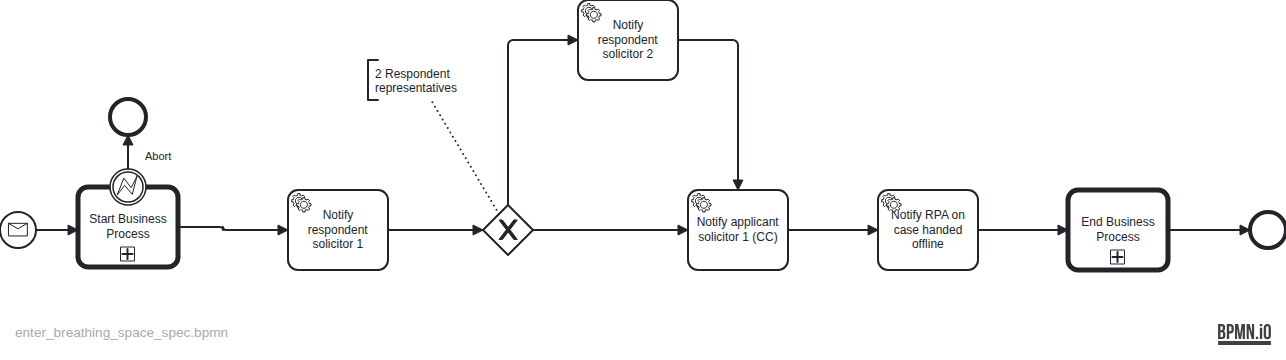
This is docs/bpmn-diagrams/enter_breathing_space_spec.png from hmcts/civil-service, a BPMN export, as it was before one commit. Its source is kept beside it as src/main/resources/camunda/enter_breathing_space_spec.bpmn. Ids are renumbered.
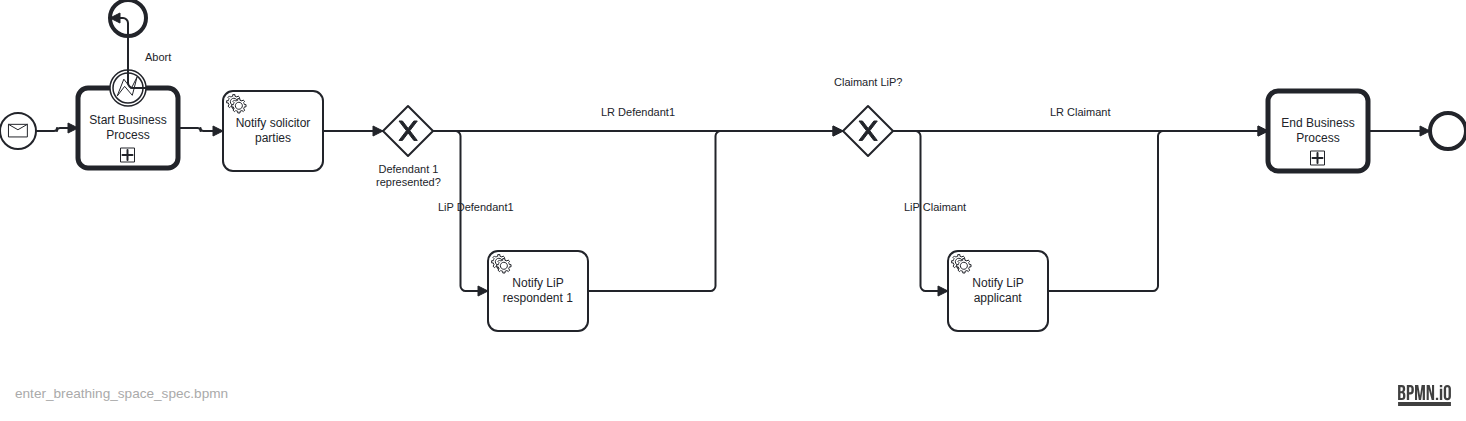
The same file after the commit.

Change to the diagram source:
```diff
@@ -1,5 +1,15 @@
-<bpmn:definitions xmlns:bpmn="http://www.omg.org/spec/BPMN/20100524/MODEL" xmlns:bpmndi="http://www.omg.org/spec/BPMN/20100524/DI" xmlns:dc="http://www.omg.org/spec/DD/20100524/DC" xmlns:camunda="http://camunda.org/schema/1.0/bpmn" xmlns:di="http://www.omg.org/spec/DD/20100524/DI" xmlns:xsi="http://www.w3.org/2001/XMLSchema-instance" id="Definitions_n1" targetNamespace="http://bpmn.io/schema/bpmn" exporter="Camunda Modeler" exporterVersion="5.0.0">
+<bpmn:definitions xmlns:bpmn="http://www.omg.org/spec/BPMN/20100524/MODEL" xmlns:bpmndi="http://www.omg.org/spec/BPMN/20100524/DI" xmlns:dc="http://www.omg.org/spec/DD/20100524/DC" xmlns:camunda="http://camunda.org/schema/1.0/bpmn" xmlns:di="http://www.omg.org/spec/DD/20100524/DI" xmlns:xsi="http://www.w3.org/2001/XMLSchema-instance" id="Definitions_n1" targetNamespace="http://bpmn.io/schema/bpmn" exporter="Camunda Modeler" exporterVersion="5.48.0">
   <bpmn:process id="ENTER_BREATHING_SPACE_SPEC" name="Enter breathing space process spec" isExecutable="true" camunda:historyTimeToLive="P90D">
+    <bpmn:serviceTask id="BreathingSpaceEnterNotifyParties" name="Notify solicitor parties" camunda:type="external" camunda:topic="processCaseEvent">
+      <bpmn:extensionElements>
+        <camunda:inputOutput>
+          <camunda:inputParameter name="caseEvent">NOTIFY_EVENT</camunda:inputParameter>
+        </camunda:inputOutput>
+      </bpmn:extensionElements>
+      <bpmn:incoming>Flow_n10</bpmn:incoming>
+      <bpmn:outgoing>Flow_Enter_Framework</bpmn:outgoing>
+    </bpmn:serviceTask>
+    <bpmn:sequenceFlow id="Flow_Enter_Framework" sourceRef="BreathingSpaceEnterNotifyParties" targetRef="Gateway_Defendant1" />
     <bpmn:startEvent id="StartEvent_1">
       <bpmn:outgoing>Flow_n2</bpmn:outgoing>
       <bpmn:messageEventDefinition id="MessageEventDefinition_n3" messageRef="Message_n4" />
@@ -12,7 +22,8 @@
       <bpmn:extensionElements>
         <camunda:in variables="all" />
       </bpmn:extensionElements>
-      <bpmn:incoming>Flow_n8</bpmn:incoming>
+      <bpmn:incoming>Flow_Claimant_Lr</bpmn:incoming>
+      <bpmn:incoming>Flow_LipApplicant_ToRpa</bpmn:incoming>
       <bpmn:outgoing>Flow_n6</bpmn:outgoing>
     </bpmn:callActivity>
     <bpmn:callActivity id="Activity_n9" name="Start Business Process" calledElement="StartBusinessProcess">
@@ -32,120 +43,62 @@
     </bpmn:boundaryEvent>
     <bpmn:sequenceFlow id="Flow_n12" sourceRef="Event_n13" targetRef="Event_n11" />
     <bpmn:sequenceFlow id="Flow_n2" sourceRef="StartEvent_1" targetRef="Activity_n9" />
-    <bpmn:sequenceFlow id="Flow_n10" sourceRef="Activity_n9" targetRef="BreathingSpaceEnterNotifyRespondentSolicitor1" />
-    <bpmn:serviceTask id="NotifyRoboticsBreathingSpaceEnter" name="Notify RPA on case handed offline" camunda:type="external" camunda:topic="processCaseEvent">
+    <bpmn:sequenceFlow id="Flow_n10" sourceRef="Activity_n9" targetRef="BreathingSpaceEnterNotifyParties" />
+
+    <bpmn:exclusiveGateway id="Gateway_Defendant1" name="Defendant 1 represented?">
+      <bpmn:incoming>Flow_Enter_Framework</bpmn:incoming>
+      <bpmn:outgoing>Flow_Def1_Lip</bpmn:outgoing>
+      <bpmn:outgoing>Flow_Def1_Lr</bpmn:outgoing>
+    </bpmn:exclusiveGateway>
+    <bpmn:sequenceFlow id="Flow_Def1_Lip" name="LiP Defendant1" sourceRef="Gateway_Defendant1" targetRef="BreathingSpaceEnterNotifyLipRespondent1">
+      <bpmn:conditionExpression xsi:type="bpmn:tFormalExpression">${!empty flowFlags.UNREPRESENTED_DEFENDANT_ONE &amp;&amp; flowFlags.UNREPRESENTED_DEFENDANT_ONE}</bpmn:conditionExpression>
+    </bpmn:sequenceFlow>
+    <bpmn:sequenceFlow id="Flow_Def1_Lr" name="LR Defendant1" sourceRef="Gateway_Defendant1" targetRef="Gateway_Claimant">
+      <bpmn:conditionExpression xsi:type="bpmn:tFormalExpression">${empty flowFlags.UNREPRESENTED_DEFENDANT_ONE || (!empty flowFlags.UNREPRESENTED_DEFENDANT_ONE &amp;&amp; !flowFlags.UNREPRESENTED_DEFENDANT_ONE)}</bpmn:conditionExpression>
+    </bpmn:sequenceFlow>
+
+    <bpmn:serviceTask id="BreathingSpaceEnterNotifyLipRespondent1" name="Notify LiP respondent 1" camunda:type="external" camunda:topic="processCaseEvent">
       <bpmn:extensionElements>
         <camunda:inputOutput>
-          <camunda:inputParameter name="caseEvent">NOTIFY_RPA_ON_CONTINUOUS_FEED</camunda:inputParameter>
+          <camunda:inputParameter name="caseEvent">NOTIFY_LIP_RESPONDENT1_BREATHING_SPACE_ENTER</camunda:inputParameter>
         </camunda:inputOutput>
       </bpmn:extensionElements>
-      <bpmn:incoming>Flow_n15</bpmn:incoming>
-      <bpmn:outgoing>Flow_n8</bpmn:outgoing>
+      <bpmn:incoming>Flow_Def1_Lip</bpmn:incoming>
+      <bpmn:outgoing>Flow_LipDef1_ToClaimant</bpmn:outgoing>
     </bpmn:serviceTask>
-    <bpmn:sequenceFlow id="Flow_n8" sourceRef="NotifyRoboticsBreathingSpaceEnter" targetRef="Activity_n7" />
-    <bpmn:serviceTask id="BreathingSpaceEnterNotifyRespondentSolicitor1" name="Notify respondent solicitor 1" camunda:type="external" camunda:topic="processCaseEvent">
+    <bpmn:sequenceFlow id="Flow_LipDef1_ToClaimant" sourceRef="BreathingSpaceEnterNotifyLipRespondent1" targetRef="Gateway_Claimant" />
+
+    <bpmn:exclusiveGateway id="Gateway_Claimant" name="Claimant LiP?">
+      <bpmn:incoming>Flow_Def1_Lr</bpmn:incoming>
+      <bpmn:incoming>Flow_LipDef1_ToClaimant</bpmn:incoming>
+      <bpmn:outgoing>Flow_Claimant_Lip</bpmn:outgoing>
+      <bpmn:outgoing>Flow_Claimant_Lr</bpmn:outgoing>
+    </bpmn:exclusiveGateway>
+    <bpmn:sequenceFlow id="Flow_Claimant_Lip" name="LiP Claimant" sourceRef="Gateway_Claimant" targetRef="BreathingSpaceEnterNotifyLipApplicant">
+      <bpmn:conditionExpression xsi:type="bpmn:tFormalExpression">${!empty flowFlags.LIP_CASE &amp;&amp; flowFlags.LIP_CASE}</bpmn:conditionExpression>
+    </bpmn:sequenceFlow>
+    <bpmn:sequenceFlow id="Flow_Claimant_Lr" name="LR Claimant" sourceRef="Gateway_Claimant" targetRef="Activity_n7">
+      <bpmn:conditionExpression xsi:type="bpmn:tFormalExpression">${empty flowFlags.LIP_CASE || (!empty flowFlags.LIP_CASE &amp;&amp; !flowFlags.LIP_CASE)}</bpmn:conditionExpression>
+    </bpmn:sequenceFlow>
+
+    <bpmn:serviceTask id="BreathingSpaceEnterNotifyLipApplicant" name="Notify LiP applicant" camunda:type="external" camunda:topic="processCaseEvent">
       <bpmn:extensionElements>
         <camunda:inputOutput>
-          <camunda:inputParameter name="caseEvent">NOTIFY_RESPONDENT_SOLICITOR1_BREATHING_SPACE_ENTER</camunda:inputParameter>
+          <camunda:inputParameter name="caseEvent">NOTIFY_LIP_APPLICANT_BREATHING_SPACE_ENTER</camunda:inputParameter>
         </camunda:inputOutput>
       </bpmn:extensionElements>
-      <bpmn:incoming>Flow_n10</bpmn:incoming>
-      <bpmn:outgoing>Flow_n16</bpmn:outgoing>
+      <bpmn:incoming>Flow_Claimant_Lip</bpmn:incoming>
+      <bpmn:outgoing>Flow_LipApplicant_ToRpa</bpmn:outgoing>
     </bpmn:serviceTask>
-    <bpmn:serviceTask id="BreathingSpaceEnterNotifyApplicantSolicitor1" name="Notify applicant solicitor 1 (CC)" camunda:type="external" camunda:topic="processCaseEvent">
-      <bpmn:extensionElements>
-        <camunda:inputOutput>
-          <camunda:inputParameter name="caseEvent">NOTIFY_APPLICANT_SOLICITOR1_BREATHING_SPACE_ENTER</camunda:inputParameter>
-        </camunda:inputOutput>
-      </bpmn:extensionElements>
-      <bpmn:incoming>Flow_n17</bpmn:incoming>
-      <bpmn:incoming>Flow_n18</bpmn:incoming>
-      <bpmn:outgoing>Flow_n15</bpmn:outgoing>
-    </bpmn:serviceTask>
-    <bpmn:sequenceFlow id="Flow_n15" sourceRef="BreathingSpaceEnterNotifyApplicantSolicitor1" targetRef="NotifyRoboticsBreathingSpaceEnter" />
-    <bpmn:exclusiveGateway id="Gateway_n19">
-      <bpmn:incoming>Flow_n16</bpmn:incoming>
-      <bpmn:outgoing>Flow_n17</bpmn:outgoing>
-      <bpmn:outgoing>Flow_n20</bpmn:outgoing>
-    </bpmn:exclusiveGateway>
-    <bpmn:sequenceFlow id="Flow_n17" sourceRef="Gateway_n19" targetRef="BreathingSpaceEnterNotifyApplicantSolicitor1">
-      <bpmn:conditionExpression xsi:type="bpmn:tFormalExpression">${!empty flowFlags.ONE_RESPONDENT_REPRESENTATIVE &amp;&amp; flowFlags.ONE_RESPONDENT_REPRESENTATIVE}</bpmn:conditionExpression>
-    </bpmn:sequenceFlow>
-    <bpmn:serviceTask id="BreathingSpaceEnterNotifyRespondentSolicitor2" name="Notify respondent solicitor 2" camunda:type="external" camunda:topic="processCaseEvent">
-      <bpmn:extensionElements>
-        <camunda:inputOutput>
-          <camunda:inputParameter name="caseEvent">NOTIFY_RESPONDENT_SOLICITOR2_BREATHING_SPACE_ENTER</camunda:inputParameter>
-        </camunda:inputOutput>
-      </bpmn:extensionElements>
-      <bpmn:incoming>Flow_n20</bpmn:incoming>
-      <bpmn:outgoing>Flow_n18</bpmn:outgoing>
-    </bpmn:serviceTask>
-    <bpmn:sequenceFlow id="Flow_n20" sourceRef="Gateway_n19" targetRef="BreathingSpaceEnterNotifyRespondentSolicitor2">
-      <bpmn:conditionExpression xsi:type="bpmn:tFormalExpression">${!empty flowFlags.TWO_RESPONDENT_REPRESENTATIVES &amp;&amp; flowFlags.TWO_RESPONDENT_REPRESENTATIVES}</bpmn:conditionExpression>
-    </bpmn:sequenceFlow>
-    <bpmn:sequenceFlow id="Flow_n18" sourceRef="BreathingSpaceEnterNotifyRespondentSolicitor2" targetRef="BreathingSpaceEnterNotifyApplicantSolicitor1" />
-    <bpmn:sequenceFlow id="Flow_n16" sourceRef="BreathingSpaceEnterNotifyRespondentSolicitor1" targetRef="Gateway_n19" />
-    <bpmn:textAnnotation id="TextAnnotation_n21">
-      <bpmn:text>2 Respondent representatives</bpmn:text>
-    </bpmn:textAnnotation>
-    <bpmn:association id="Association_n22" sourceRef="Gateway_n19" targetRef="TextAnnotation_n21" />
+    <bpmn:sequenceFlow id="Flow_LipApplicant_ToRpa" sourceRef="BreathingSpaceEnterNotifyLipApplicant" targetRef="Activity_n7" />
+
   </bpmn:process>
   <bpmn:message id="Message_n4" name="ENTER_BREATHING_SPACE_SPEC" />
   <bpmn:error id="Error_n23" name="StartBusinessAbort" errorCode="ABORT" />
   <bpmndi:BPMNDiagram id="BPMNDiagram_1">
     <bpmndi:BPMNPlane id="BPMNPlane_1" bpmnElement="ENTER_BREATHING_SPACE_SPEC">
-      <bpmndi:BPMNEdge id="Flow_n16_di" bpmnElement="Flow_n16">
-        <di:waypoint x="540" y="310" />
-        <di:waypoint x="635" y="310" />
-      </bpmndi:BPMNEdge>
-      <bpmndi:BPMNEdge id="Flow_n18_di" bpmnElement="Flow_n18">
-        <di:waypoint x="830" y="120" />
-        <di:waypoint x="890" y="120" />
-        <di:waypoint x="890" y="270" />
-      </bpmndi:BPMNEdge>
-      <bpmndi:BPMNEdge id="Flow_n20_di" bpmnElement="Flow_n20">
-        <di:waypoint x="660" y="285" />
-        <di:waypoint x="660" y="120" />
-        <di:waypoint x="730" y="120" />
-      </bpmndi:BPMNEdge>
-      <bpmndi:BPMNEdge id="Flow_n17_di" bpmnElement="Flow_n17">
-        <di:waypoint x="685" y="310" />
-        <di:waypoint x="840" y="310" />
-      </bpmndi:BPMNEdge>
-      <bpmndi:BPMNEdge id="Flow_n15_di" bpmnElement="Flow_n15">
-        <di:waypoint x="940" y="310" />
-        <di:waypoint x="1030" y="310" />
-      </bpmndi:BPMNEdge>
-      <bpmndi:BPMNEdge id="Flow_n8_di" bpmnElement="Flow_n8">
-        <di:waypoint x="1130" y="310" />
-        <di:waypoint x="1220" y="310" />
-      </bpmndi:BPMNEdge>
-      <bpmndi:BPMNEdge id="Flow_n10_di" bpmnElement="Flow_n10">
-        <di:waypoint x="330" y="307" />
-        <di:waypoint x="375" y="307" />
-        <di:waypoint x="375" y="310" />
-        <di:waypoint x="440" y="310" />
-      </bpmndi:BPMNEdge>
-      <bpmndi:BPMNEdge id="Flow_n2_di" bpmnElement="Flow_n2">
-        <di:waypoint x="188" y="310" />
-        <di:waypoint x="230" y="310" />
-      </bpmndi:BPMNEdge>
-      <bpmndi:BPMNEdge id="Flow_n12_di" bpmnElement="Flow_n12">
-        <di:waypoint x="280" y="249" />
-        <di:waypoint x="280" y="215" />
-      </bpmndi:BPMNEdge>
-      <bpmndi:BPMNEdge id="Flow_n6_di" bpmnElement="Flow_n6">
-        <di:waypoint x="1320" y="310" />
-        <di:waypoint x="1402" y="310" />
-      </bpmndi:BPMNEdge>
       <bpmndi:BPMNShape id="Event_1diii28_di" bpmnElement="StartEvent_1">
         <dc:Bounds x="152" y="292" width="36" height="36" />
-      </bpmndi:BPMNShape>
-      <bpmndi:BPMNShape id="Event_n5_di" bpmnElement="Event_n5">
-        <dc:Bounds x="1402" y="292" width="36" height="36" />
-      </bpmndi:BPMNShape>
-      <bpmndi:BPMNShape id="Activity_14sbez9_di" bpmnElement="Activity_n7">
-        <dc:Bounds x="1220" y="270" width="100" height="80" />
       </bpmndi:BPMNShape>
       <bpmndi:BPMNShape id="Activity_n9_di" bpmnElement="Activity_n9">
         <dc:Bounds x="230" y="267" width="100" height="80" />
@@ -153,33 +106,96 @@
       <bpmndi:BPMNShape id="Event_n11_di" bpmnElement="Event_n11">
         <dc:Bounds x="262" y="179" width="36" height="36" />
       </bpmndi:BPMNShape>
-      <bpmndi:BPMNShape id="Activity_15wxp1o_di" bpmnElement="NotifyRoboticsBreathingSpaceEnter">
-        <dc:Bounds x="1030" y="270" width="100" height="80" />
-      </bpmndi:BPMNShape>
-      <bpmndi:BPMNShape id="Activity_1up0lu9_di" bpmnElement="BreathingSpaceEnterNotifyRespondentSolicitor1">
-        <dc:Bounds x="440" y="270" width="100" height="80" />
-      </bpmndi:BPMNShape>
-      <bpmndi:BPMNShape id="Activity_0f90qs7_di" bpmnElement="BreathingSpaceEnterNotifyApplicantSolicitor1">
-        <dc:Bounds x="840" y="270" width="100" height="80" />
-      </bpmndi:BPMNShape>
-      <bpmndi:BPMNShape id="Gateway_n19_di" bpmnElement="Gateway_n19" isMarkerVisible="true">
-        <dc:Bounds x="635" y="285" width="50" height="50" />
-      </bpmndi:BPMNShape>
-      <bpmndi:BPMNShape id="Activity_0z32kt8_di" bpmnElement="BreathingSpaceEnterNotifyRespondentSolicitor2">
-        <dc:Bounds x="730" y="80" width="100" height="80" />
-      </bpmndi:BPMNShape>
-      <bpmndi:BPMNShape id="TextAnnotation_n21_di" bpmnElement="TextAnnotation_n21">
-        <dc:Bounds x="520" y="140" width="100" height="40" />
-      </bpmndi:BPMNShape>
       <bpmndi:BPMNShape id="Event_n13_di" bpmnElement="Event_n13">
         <dc:Bounds x="262" y="249" width="36" height="36" />
         <bpmndi:BPMNLabel>
           <dc:Bounds x="297" y="230" width="27" height="14" />
         </bpmndi:BPMNLabel>
       </bpmndi:BPMNShape>
-      <bpmndi:BPMNEdge id="Association_n22_di" bpmnElement="Association_n22">
-        <di:waypoint x="651" y="294" />
-        <di:waypoint x="583" y="180" />
+      <bpmndi:BPMNShape id="Gateway_Defendant1_di" bpmnElement="Gateway_Defendant1" isMarkerVisible="true">
+        <dc:Bounds x="535" y="285" width="50" height="50" />
+        <bpmndi:BPMNLabel>
+          <dc:Bounds x="518" y="342" width="85" height="27" />
+        </bpmndi:BPMNLabel>
+      </bpmndi:BPMNShape>
+      <bpmndi:BPMNShape id="Activity_LipDef1_di" bpmnElement="BreathingSpaceEnterNotifyLipRespondent1">
+        <dc:Bounds x="640" y="430" width="100" height="80" />
+      </bpmndi:BPMNShape>
+      <bpmndi:BPMNShape id="Gateway_Claimant_di" bpmnElement="Gateway_Claimant" isMarkerVisible="true">
+        <dc:Bounds x="995" y="285" width="50" height="50" />
+        <bpmndi:BPMNLabel>
+          <dc:Bounds x="986" y="255" width="69" height="14" />
+        </bpmndi:BPMNLabel>
+      </bpmndi:BPMNShape>
+      <bpmndi:BPMNShape id="Activity_LipApplicant_di" bpmnElement="BreathingSpaceEnterNotifyLipApplicant">
+        <dc:Bounds x="1100" y="430" width="100" height="80" />
+      </bpmndi:BPMNShape>
+      <bpmndi:BPMNShape id="Activity_14sbez9_di" bpmnElement="Activity_n7">
+        <dc:Bounds x="1420" y="270" width="100" height="80" />
+      </bpmndi:BPMNShape>
+      <bpmndi:BPMNShape id="Event_n5_di" bpmnElement="Event_n5">
+        <dc:Bounds x="1582" y="292" width="36" height="36" />
+      </bpmndi:BPMNShape>
+      <bpmndi:BPMNEdge id="Flow_n2_di" bpmnElement="Flow_n2">
+        <di:waypoint x="188" y="310" />
+        <di:waypoint x="209" y="310" />
+        <di:waypoint x="209" y="307" />
+        <di:waypoint x="230" y="307" />
+      </bpmndi:BPMNEdge>
+      <bpmndi:BPMNEdge id="Flow_n12_di" bpmnElement="Flow_n12">
+        <di:waypoint x="298" y="267" />
+        <di:waypoint x="280" y="267" />
+        <di:waypoint x="280" y="197" />
+        <di:waypoint x="262" y="197" />
+      </bpmndi:BPMNEdge>
+      <bpmndi:BPMNEdge id="Flow_n10_di" bpmnElement="Flow_n10">
+        <di:waypoint x="330" y="307" />
+        <di:waypoint x="352.5" y="307" />
+        <di:waypoint x="352.5" y="310" />
+        <di:waypoint x="375" y="310" />
+      </bpmndi:BPMNEdge>
+      <bpmndi:BPMNEdge id="Flow_Def1_Lr_di" bpmnElement="Flow_Def1_Lr">
+        <di:waypoint x="585" y="310" />
+        <di:waypoint x="995" y="310" />
+      </bpmndi:BPMNEdge>
+      <bpmndi:BPMNEdge id="Flow_Def1_Lip_di" bpmnElement="Flow_Def1_Lip">
+        <di:waypoint x="585" y="310" />
+        <di:waypoint x="612.5" y="310" />
+        <di:waypoint x="612.5" y="470" />
+        <di:waypoint x="640" y="470" />
+      </bpmndi:BPMNEdge>
+      <bpmndi:BPMNEdge id="Flow_LipDef1_ToClaimant_di" bpmnElement="Flow_LipDef1_ToClaimant">
+        <di:waypoint x="740" y="470" />
+        <di:waypoint x="867.5" y="470" />
+        <di:waypoint x="867.5" y="310" />
+        <di:waypoint x="995" y="310" />
+      </bpmndi:BPMNEdge>
+      <bpmndi:BPMNEdge id="Flow_Claimant_Lr_di" bpmnElement="Flow_Claimant_Lr">
+        <di:waypoint x="1045" y="310" />
+        <di:waypoint x="1420" y="310" />
+      </bpmndi:BPMNEdge>
+      <bpmndi:BPMNEdge id="Flow_Claimant_Lip_di" bpmnElement="Flow_Claimant_Lip">
+        <di:waypoint x="1045" y="310" />
+        <di:waypoint x="1072.5" y="310" />
+        <di:waypoint x="1072.5" y="470" />
+        <di:waypoint x="1100" y="470" />
+      </bpmndi:BPMNEdge>
+      <bpmndi:BPMNEdge id="Flow_LipApplicant_ToRpa_di" bpmnElement="Flow_LipApplicant_ToRpa">
+        <di:waypoint x="1200" y="470" />
+        <di:waypoint x="1310" y="470" />
+        <di:waypoint x="1310" y="310" />
+        <di:waypoint x="1420" y="310" />
+      </bpmndi:BPMNEdge>
+      <bpmndi:BPMNEdge id="Flow_n6_di" bpmnElement="Flow_n6">
+        <di:waypoint x="1520" y="310" />
+        <di:waypoint x="1582" y="310" />
+      </bpmndi:BPMNEdge>
+      <bpmndi:BPMNShape id="BreathingSpaceEnterNotifyParties_di" bpmnElement="BreathingSpaceEnterNotifyParties">
+        <dc:Bounds x="375" y="270" width="100" height="80" />
+      </bpmndi:BPMNShape>
+      <bpmndi:BPMNEdge id="Flow_Enter_Framework_di" bpmnElement="Flow_Enter_Framework">
+        <di:waypoint x="475" y="310" />
+        <di:waypoint x="535" y="310" />
       </bpmndi:BPMNEdge>
     </bpmndi:BPMNPlane>
   </bpmndi:BPMNDiagram>
```
